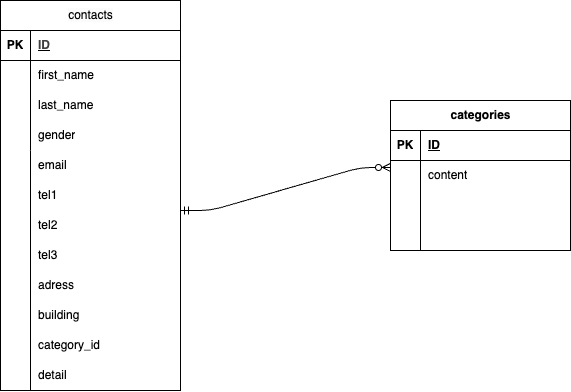
This is src/public/images/test.drawio.png from irokiyo/test-form, a draw.io export, as it was before one commit. Source tidied: cells renumbered, new cells last; positions are measured from the earlier drawing's top-left corner, leaving out a move shared by most shapes.
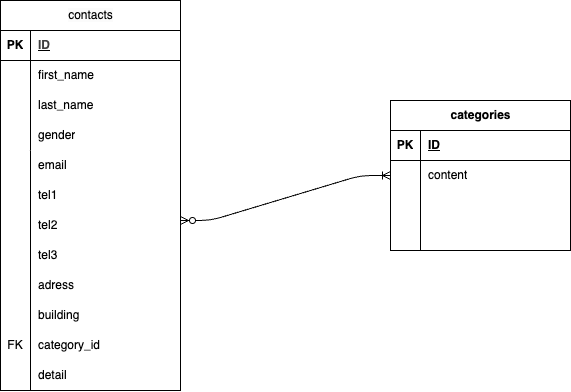
The same diagram one commit later.

Diff of the diagram source:
```diff
@@ -50,8 +50,8 @@
     <mxCell id="17" value="&lt;span style=&quot;color: rgb(0, 0, 0);&quot;&gt;tel2&lt;/span&gt;" style="shape=partialRectangle;fillColor=none;top=0;left=0;bottom=0;right=0;align=left;spacingLeft=6;overflow=hidden;whiteSpace=wrap;html=1;" parent="1" vertex="1">
       <mxGeometry x="30" y="210" width="150" height="30" as="geometry" />
     </mxCell>
-    <mxCell id="18" style="shape=partialRectangle;fillColor=none;top=0;left=0;bottom=0;right=0;overflow=hidden;whiteSpace=wrap;html=1;" parent="1" vertex="1">
-      <mxGeometry y="320" width="30" height="30" as="geometry" />
+    <mxCell id="18" value="FK" style="shape=partialRectangle;fillColor=none;top=0;left=0;bottom=0;right=0;overflow=hidden;whiteSpace=wrap;html=1;" parent="1" vertex="1">
+      <mxGeometry y="330" width="30" height="30" as="geometry" />
     </mxCell>
     <mxCell id="19" style="endArrow=none;html=1;rounded=0;" parent="1" edge="1">
       <mxGeometry relative="1" as="geometry">
@@ -113,9 +113,14 @@
     <mxCell id="37" style="shape=partialRectangle;fillColor=none;top=0;left=0;bottom=0;right=0;align=left;spacingLeft=6;overflow=hidden;whiteSpace=wrap;html=1;" parent="35" vertex="1">
       <mxGeometry x="30" width="150" height="30" as="geometry" />
     </mxCell>
-    <mxCell id="38" style="edgeStyle=entityRelationEdgeStyle;fontSize=12;html=1;endArrow=ERzeroToMany;startArrow=ERmandOne;entryX=0;entryY=0.233;entryDx=0;entryDy=0;entryPerimeter=0;" parent="1" edge="1" target="29">
+    <mxCell id="38" style="edgeStyle=entityRelationEdgeStyle;fontSize=12;html=1;endArrow=ERoneToMany;startArrow=ERzeroToMany;entryX=0;entryY=0.5;entryDx=0;entryDy=0;" parent="1" edge="1" target="29">
       <mxGeometry relative="1" as="geometry">
-        <mxPoint x="180" y="210" as="sourcePoint" />
+        <mxPoint x="180" y="220" as="sourcePoint" />
+        <Array as="points">
+          <mxPoint x="220" y="240" />
+          <mxPoint x="380" y="170" />
+          <mxPoint x="380" y="190" />
+        </Array>
       </mxGeometry>
     </mxCell>
   </root>
```
